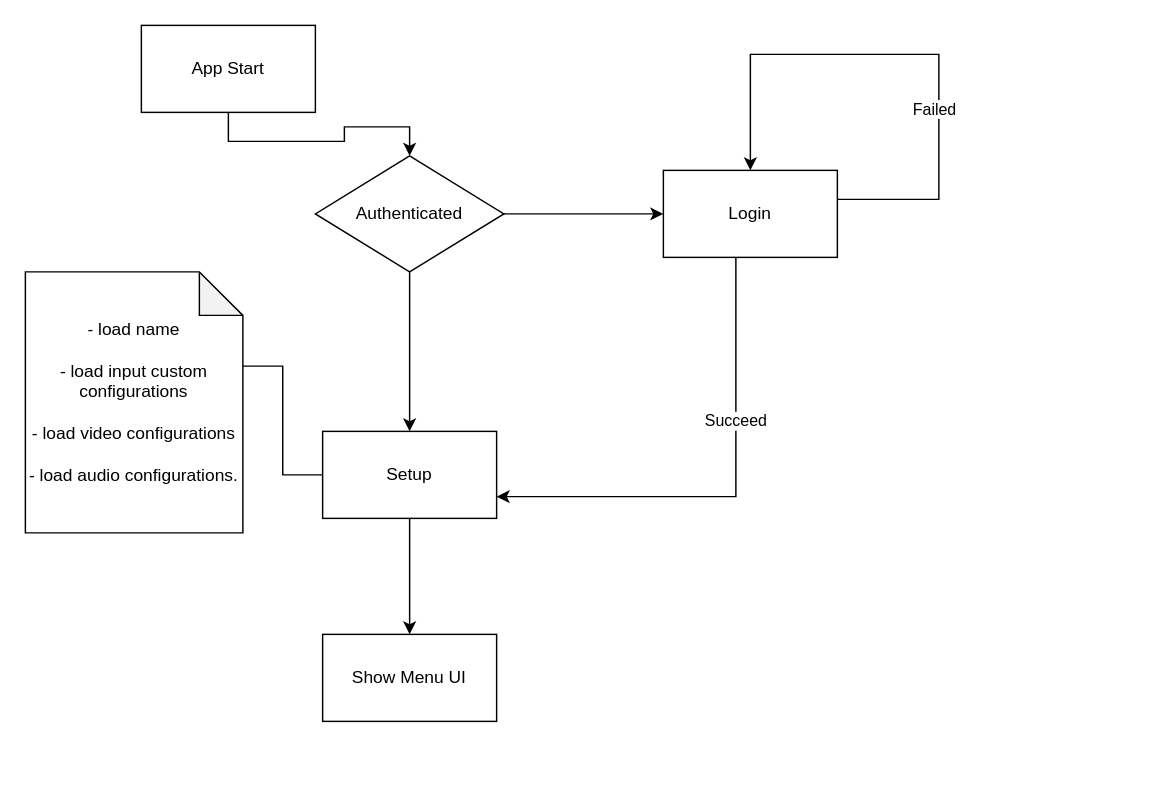
The draw.io diagram MOBA/Client Start.drawio in porfiriopartida/draw-io-diagrams, before the edit. Source tidied: cells renumbered, new cells numbered last; positions are measured from the earlier drawing's top-left corner, leaving out a move shared by most shapes. Both pictures are drawn from the tidied source at 145%, with x=0, y=0 at pixel (25, 25).
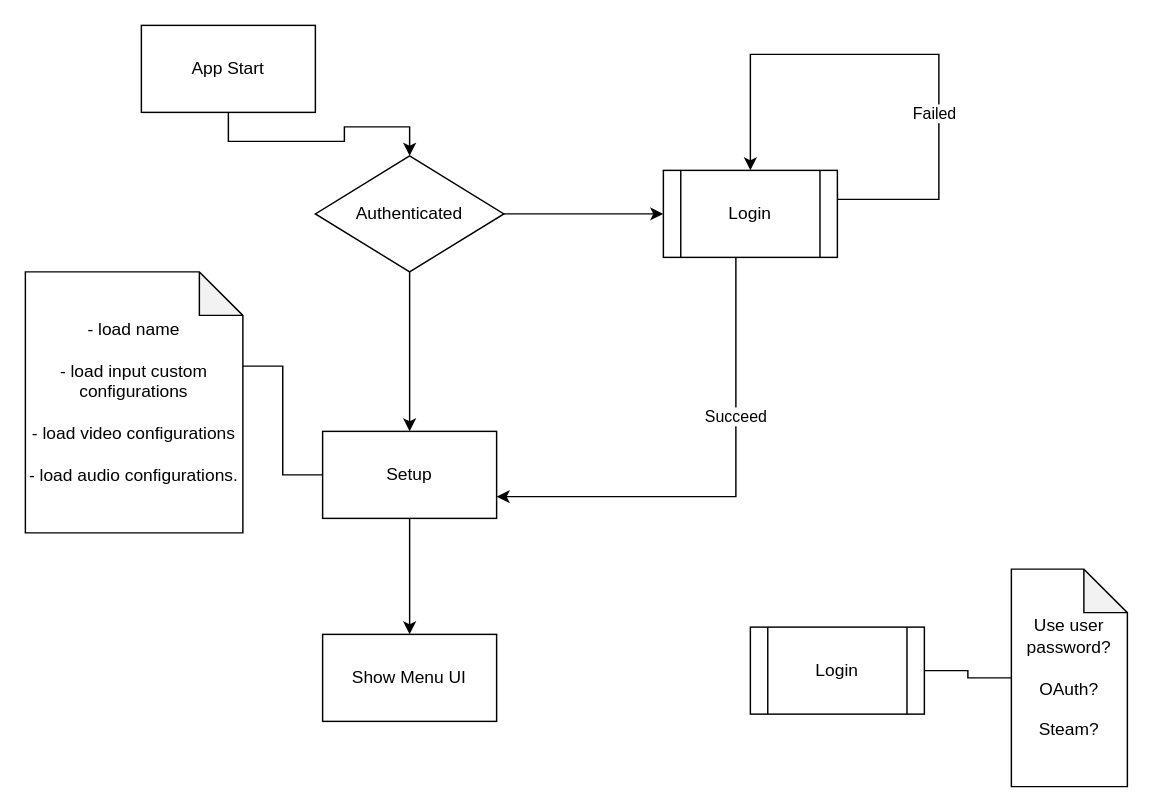
The same diagram, later.

Unchanged cells that the change refers to:
```xml
<mxCell id="5" value="Setup" style="rounded=0;whiteSpace=wrap;html=1;" parent="1" vertex="1">
  <mxGeometry x="205" y="280" width="120" height="60" as="geometry" />
</mxCell>
<mxCell id="11" value="Authenticated" style="rhombus;whiteSpace=wrap;html=1;rounded=0;" parent="1" vertex="1">
  <mxGeometry x="200" y="90" width="130" height="80" as="geometry" />
</mxCell>
```

What changed in the source:
```diff
@@
-    <mxCell id="6" style="edgeStyle=orthogonalEdgeStyle;rounded=0;jettySize=auto;html=1;entryX=1;entryY=0.75;entryDx=0;entryDy=0;" parent="1" edge="1" source="8" target="5">
+    <mxCell id="6" style="edgeStyle=orthogonalEdgeStyle;rounded=0;jettySize=auto;html=1;entryX=1;entryY=0.75;entryDx=0;entryDy=0;exitX=0.4;exitY=0.983;exitDx=0;exitDy=0;exitPerimeter=0;" parent="1" edge="1" source="17" target="5">
       <mxGeometry relative="1" as="geometry">
         <Array as="points">
+          <mxPoint x="490" y="159" />
           <mxPoint x="490" y="325" />
         </Array>
       </mxGeometry>
     </mxCell>
@@
-    <mxCell id="8" value="Login" style="rounded=0;whiteSpace=wrap;html=1;" parent="1" vertex="1">
-      <mxGeometry x="440" y="100" width="120" height="60" as="geometry" />
-    </mxCell>
@@
-    <mxCell id="10" style="edgeStyle=orthogonalEdgeStyle;rounded=0;jettySize=auto;html=1;" parent="1" edge="1" source="11" target="8">
+    <mxCell id="10" style="edgeStyle=orthogonalEdgeStyle;rounded=0;jettySize=auto;html=1;entryX=0;entryY=0.5;entryDx=0;entryDy=0;" parent="1" edge="1" source="11" target="17">
       <mxGeometry relative="1" as="geometry" />
     </mxCell>
@@
-    <mxCell id="12" style="edgeStyle=orthogonalEdgeStyle;rounded=0;orthogonalLoop=1;jettySize=auto;html=1;entryX=0.5;entryY=0;entryDx=0;entryDy=0;" parent="1" edge="1" source="8" target="8">
+    <mxCell id="12" style="edgeStyle=orthogonalEdgeStyle;rounded=0;orthogonalLoop=1;jettySize=auto;html=1;entryX=0.5;entryY=0;entryDx=0;entryDy=0;exitX=1;exitY=0.25;exitDx=0;exitDy=0;" parent="1" edge="1" source="17" target="17">
       <mxGeometry relative="1" as="geometry">
         <Array as="points">
+          <mxPoint x="560" y="120" />
           <mxPoint x="630" y="120" />
           <mxPoint x="630" y="20" />
           <mxPoint x="500" y="20" />
         </Array>
       </mxGeometry>
     </mxCell>
@@
+    <mxCell id="17" value="Login" style="shape=process;whiteSpace=wrap;html=1;backgroundOutline=1;" parent="1" vertex="1">
+      <mxGeometry x="440" y="100" width="120" height="60" as="geometry" />
+    </mxCell>
+    <mxCell id="18" style="edgeStyle=orthogonalEdgeStyle;rounded=0;jettySize=auto;html=1;exitX=1;exitY=0.5;exitDx=0;exitDy=0;entryX=0;entryY=0.5;entryDx=0;entryDy=0;entryPerimeter=0;endArrow=none;endFill=0;" parent="1" edge="1" source="19" target="20">
+      <mxGeometry relative="1" as="geometry" />
+    </mxCell>
+    <mxCell id="19" value="Login" style="shape=process;whiteSpace=wrap;html=1;backgroundOutline=1;" parent="1" vertex="1">
+      <mxGeometry x="500" y="415" width="120" height="60" as="geometry" />
+    </mxCell>
+    <mxCell id="20" value="Use user password?&lt;br&gt;&lt;br&gt;OAuth?&lt;br&gt;&lt;br&gt;Steam?" style="shape=note;whiteSpace=wrap;html=1;backgroundOutline=1;darkOpacity=0.05;" parent="1" vertex="1">
+      <mxGeometry x="680" y="375" width="80" height="150" as="geometry" />
+    </mxCell>
```
